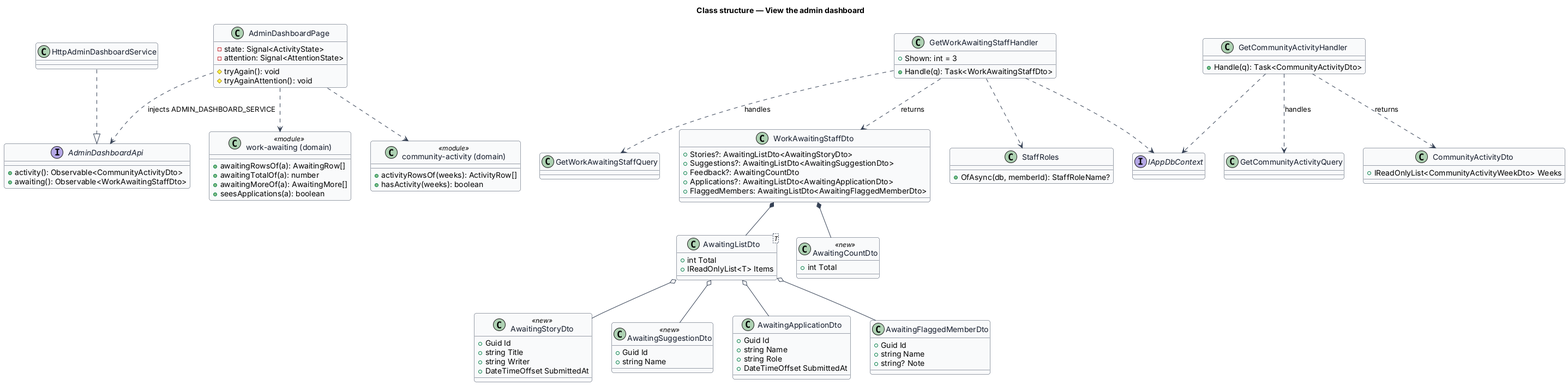
QuinntyneBrown/christian-fitness keeps this PlantUML diagram as docs/detailed-designs/admin-dashboard/view-dashboard/diagrams/class.png. Above is the earlier version.
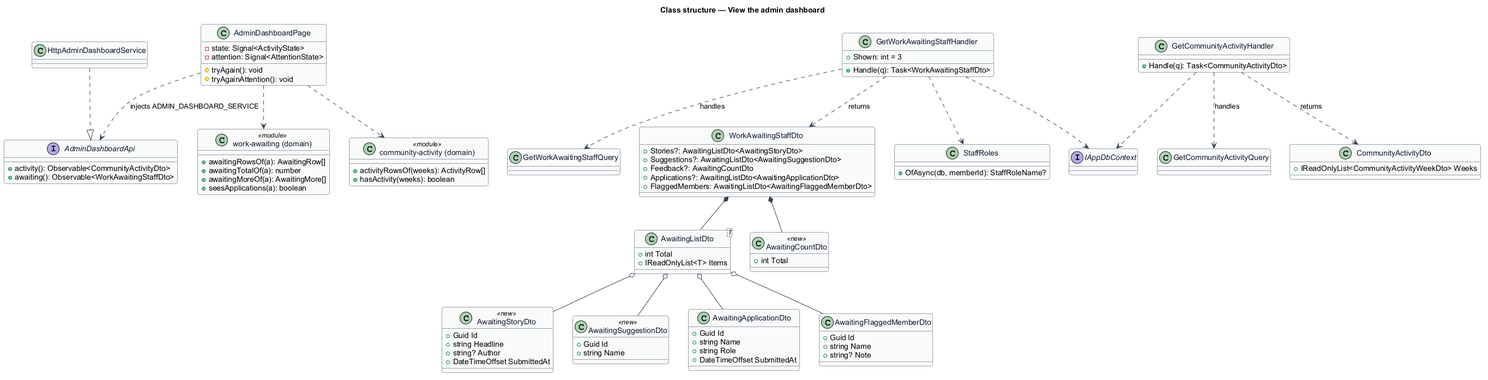
Above is the later version.

What changed in the source:
```diff
@@ -57,8 +57,8 @@
 }
 class AwaitingStoryDto <<new>> {
   +Guid Id
-  +string Title
-  +string Writer
+  +string Headline
+  +string? Author
   +DateTimeOffset SubmittedAt
 }
 class AwaitingSuggestionDto <<new>> {
```
